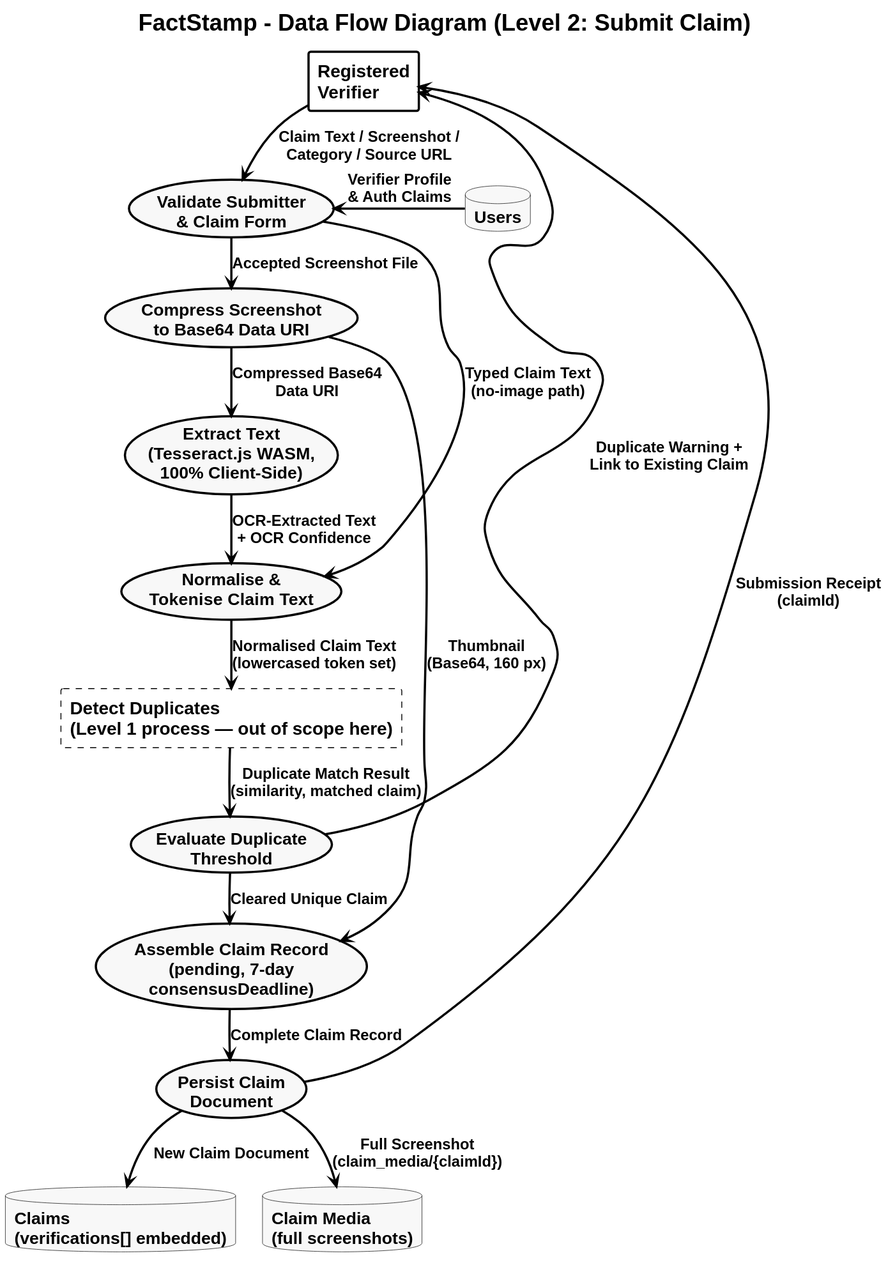
Earlier version of the PlantUML export FactStamp/main_blackbook/03_Requirements_and_Analysis/attachments/dfd_level_2.svg (aadish0day/typst).
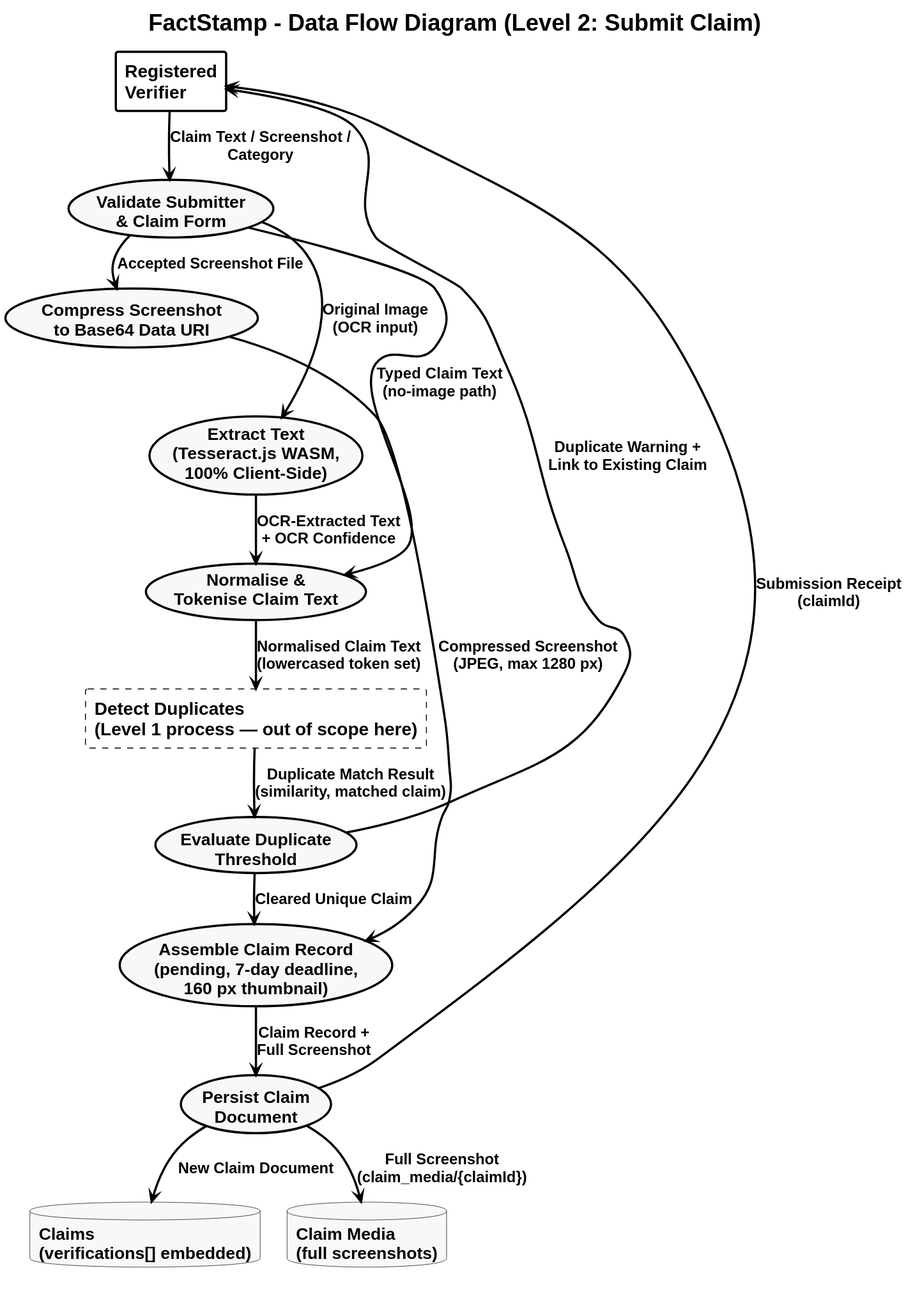
The same diagram one commit later.

Diff of the diagram source:
```diff
@@ -38,27 +38,24 @@
 rectangle "Registered\nVerifier" as VER
 
 usecase "Validate Submitter\n& Claim Form" as S11
-database "Users" as D2
 usecase "Compress Screenshot\nto Base64 Data URI" as S12
 usecase "Extract Text\n(Tesseract.js WASM,\n100% Client-Side)" as S13
 usecase "Normalise &\nTokenise Claim Text" as S14
 rectangle "Detect Duplicates\n(Level 1 process — out of scope here)" as P20 #line.dashed
 usecase "Evaluate Duplicate\nThreshold" as S15
-usecase "Assemble Claim Record\n(pending, 7-day\nconsensusDeadline)" as S16
+usecase "Assemble Claim Record\n(pending, 7-day deadline,\n160 px thumbnail)" as S16
 usecase "Persist Claim\nDocument" as S17
 database "Claims\n(verifications[] embedded)" as D1
 database "Claim Media\n(full screenshots)" as D6
 
-VER -[hidden]-> D2
-
-VER --> S11 : "Claim Text / Screenshot /\nCategory / Source URL"
-D2  -[norank]-> S11 : "Verifier Profile\n& Auth Claims"
+VER --> S11 : "Claim Text / Screenshot /\nCategory"
 
 S11 --> S12 : "Accepted Screenshot File"
-S12 --> S13 : "Compressed Base64\nData URI"
+S12 -[hidden]-> S13
+S11 --> S13 : "Original Image\n(OCR input)"
 S13 --> S14 : "OCR-Extracted Text\n+ OCR Confidence"
 S11 -[norank]-> S14 : "Typed Claim Text\n(no-image path)"
-S12 -[norank]-> S16 : "Thumbnail\n(Base64, 160 px)"
+S12 -[norank]-> S16 : "Compressed Screenshot\n(JPEG, max 1280 px)"
 
 S14 --> P20 : "Normalised Claim Text\n(lowercased token set)"
 P20 --> S15 : "Duplicate Match Result\n(similarity, matched claim)"
@@ -66,7 +63,7 @@
 S15 -[norank]-> VER : "Duplicate Warning +\nLink to Existing Claim"
 S15 --> S16 : "Cleared Unique Claim"
 
-S16 --> S17 : "Complete Claim Record"
+S16 --> S17 : "Claim Record +\nFull Screenshot"
 S17 --> D1 : "New Claim Document"
 S17 --> D6 : "Full Screenshot\n(claim_media/{claimId})"
 S17 -[norank]-> VER : "Submission Receipt\n(claimId)"
```
